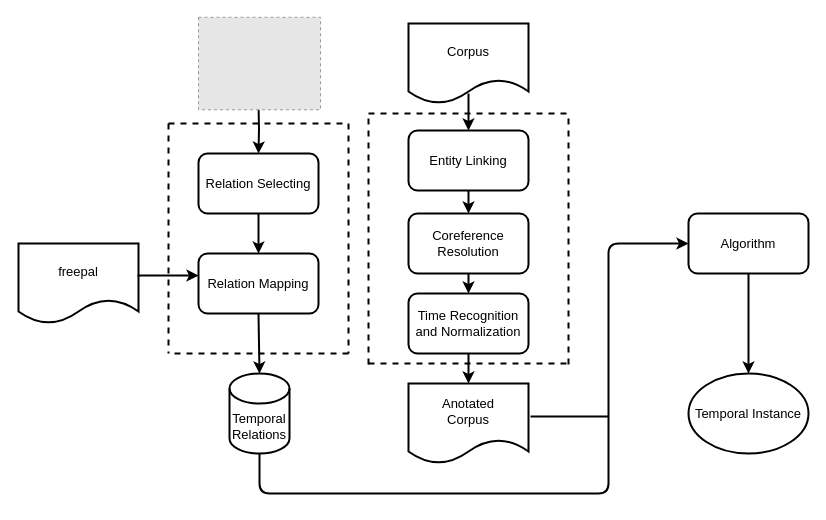
Before: Untitled Diagram.drawio in JianhaoChen-nju/cjh-house, a draw.io diagram. Source tidied: cells renumbered, new cells numbered last; positions are measured from the earlier drawing's top-left corner, leaving out a move shared by most shapes. Both pictures are drawn from the tidied source at 100%, with x=0, y=0 at pixel (18, 17). Pictures stored in the file or linked from it are replaced by grey dashed boxes.
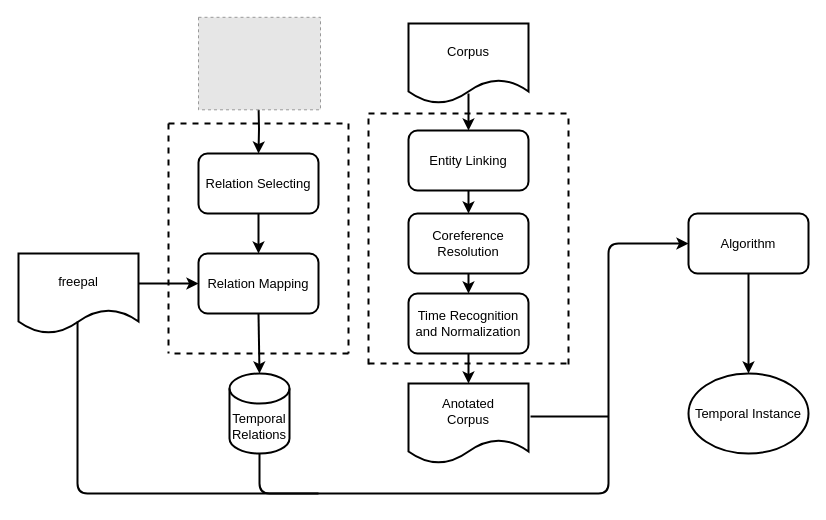
Above is the later version.

The change refers to these unchanged cells:
```xml
<mxCell id="6" value="Relation Mapping" style="rounded=1;whiteSpace=wrap;html=1;strokeWidth=2;fontSize=13;" parent="1" vertex="1">
  <mxGeometry x="180" y="236" width="120" height="60" as="geometry" />
</mxCell>
```

Change to the diagram source:
```diff
@@
     <mxCell id="5" value="freepal" style="shape=document;whiteSpace=wrap;html=1;boundedLbl=1;strokeWidth=2;fontSize=13;" parent="1" vertex="1">
-      <mxGeometry y="226" width="120" height="80" as="geometry" />
+      <mxGeometry y="236" width="120" height="80" as="geometry" />
     </mxCell>
@@
-    <mxCell id="8" style="endArrow=classic;html=1;exitX=0.992;exitY=0.4;exitDx=0;exitDy=0;exitPerimeter=0;strokeWidth=2;" parent="1" edge="1" source="5">
+    <mxCell id="8" style="endArrow=classic;html=1;strokeWidth=2;entryX=0;entryY=0.5;entryDx=0;entryDy=0;" parent="1" edge="1" target="6">
       <mxGeometry relative="1" as="geometry">
-        <mxPoint x="180" y="258" as="targetPoint" />
+        <mxPoint x="120" y="266" as="sourcePoint" />
       </mxGeometry>
     </mxCell>
@@
+    <mxCell id="33" style="endArrow=none;html=1;entryX=0.492;entryY=0.85;entryDx=0;entryDy=0;entryPerimeter=0;strokeWidth=2;" parent="1" edge="1" target="5">
+      <mxGeometry relative="1" as="geometry">
+        <mxPoint x="300" y="476" as="sourcePoint" />
+        <Array as="points">
+          <mxPoint x="59" y="476" />
+        </Array>
+      </mxGeometry>
+    </mxCell>
```
